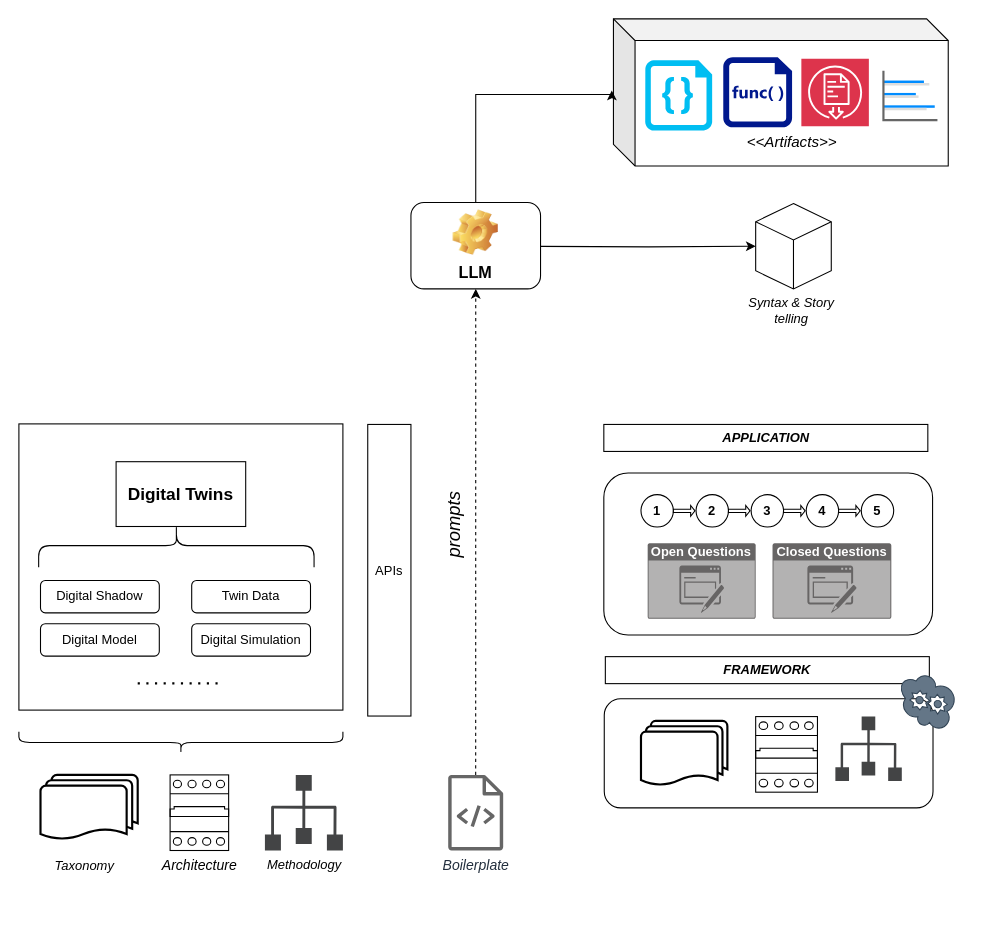
This is drawio/mams/dd-twins/DDTwins_Architecture.drawio from scrodrig/Diagrams, a draw.io file, before an edit. Source tidied: cells renumbered, new cells numbered last; positions are measured from the earlier drawing's top-left corner, leaving out a move shared by most shapes. Both pictures are drawn from the tidied source at 108%, with x=0, y=0 at pixel (18, 18).
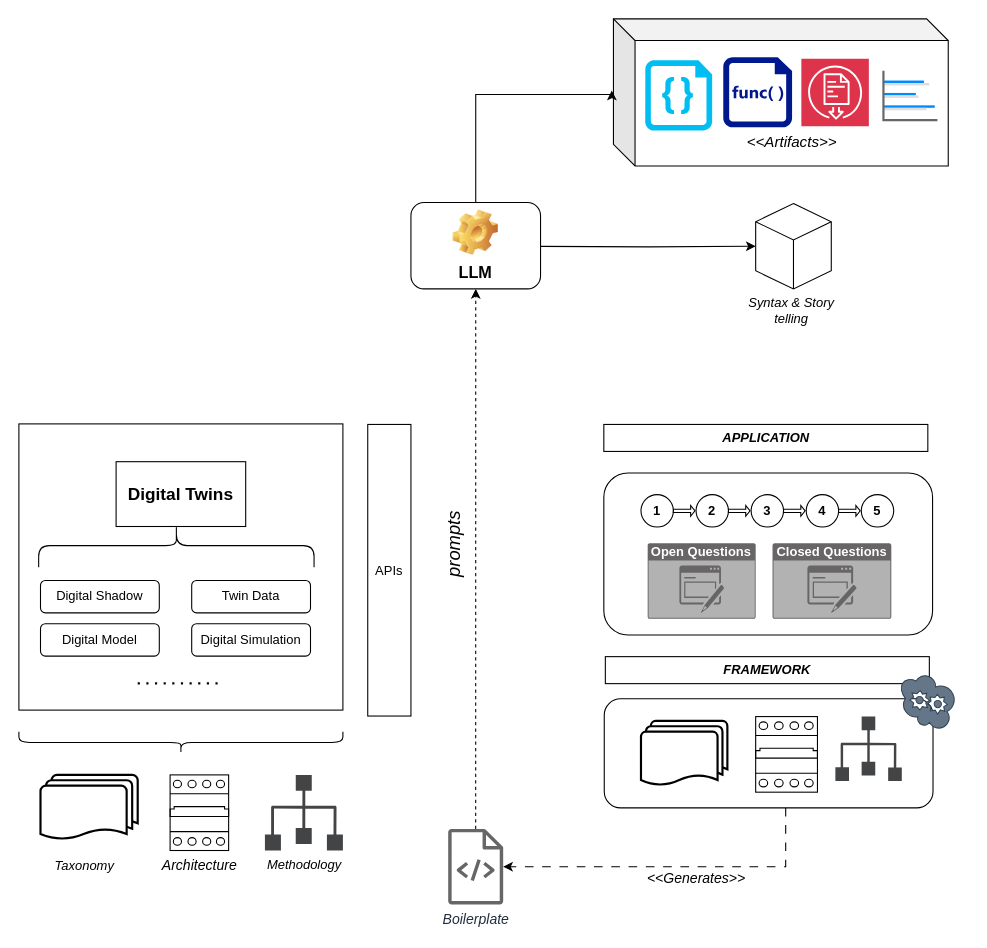
After the change.

Commit message:
Add connection to Boilerplate

Unchanged cells that the change refers to:
```xml
<mxCell id="38" style="rounded=1;whiteSpace=wrap;html=1;" parent="1" vertex="1">
  <mxGeometry x="542" y="629.5" width="304.4" height="101" as="geometry" />
</mxCell>
```

The edit, as a diff of the source:
```diff
@@
     <mxCell id="16" value="&lt;font style=&quot;font-size: 13px;&quot;&gt;&lt;i style=&quot;&quot;&gt;Boilerplate&lt;/i&gt;&lt;/font&gt;" style="sketch=0;outlineConnect=0;fontColor=#232F3E;gradientColor=none;fillColor=#666666;strokeColor=none;dashed=0;verticalLabelPosition=bottom;verticalAlign=top;align=center;html=1;fontSize=12;fontStyle=0;shape=mxgraph.aws4.source_code;fillStyle=solid;" parent="1" vertex="1">
-      <mxGeometry x="397.4" y="700" width="51.1" height="70" as="geometry" />
+      <mxGeometry x="397.4" y="750" width="51.1" height="70" as="geometry" />
     </mxCell>
@@
+    <mxCell id="51" style="edgeStyle=orthogonalEdgeStyle;rounded=0;jettySize=auto;html=1;dashed=1;dashPattern=8 8;" parent="1" edge="1" source="38" target="16">
+      <mxGeometry relative="1" as="geometry">
+        <Array as="points">
+          <mxPoint x="710" y="785" />
+        </Array>
+      </mxGeometry>
+    </mxCell>
+    <mxCell id="52" value="&lt;i&gt;&lt;font style=&quot;font-size: 13px;&quot;&gt;&amp;lt;&amp;lt;Generates&amp;gt;&amp;gt;&lt;/font&gt;&lt;/i&gt;" style="edgeLabel;html=1;align=center;verticalAlign=middle;" parent="51" vertex="1">
+      <mxGeometry x="-0.58" y="3" relative="1" as="geometry">
+        <mxPoint x="-72" y="7" as="offset" />
+      </mxGeometry>
+    </mxCell>
```
